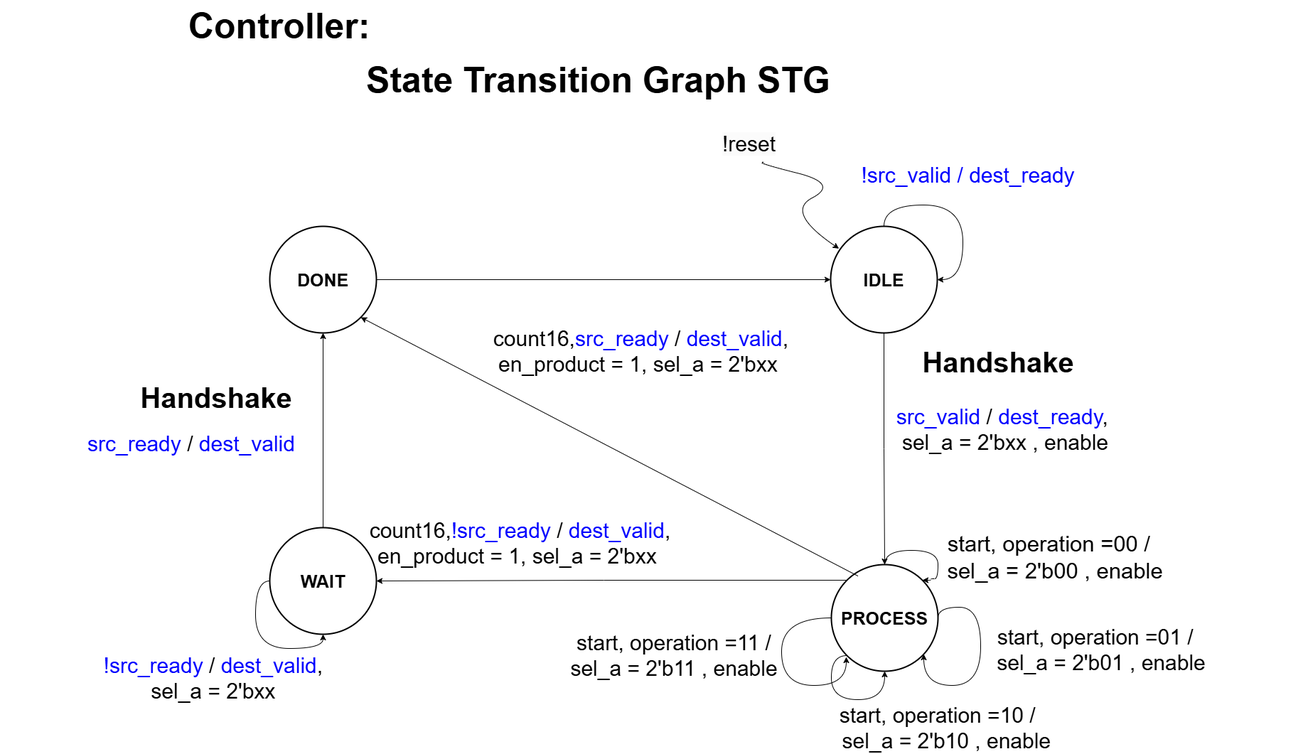
medsuet/Xcelerium-IC-Design-Training keeps this draw.io diagram as Nasir/src/valid_ready_interface_seq_multiplier/docs/Controller_val_ready.png. Above is the earlier version. Source tidied: cells renumbered, new cells last; positions are measured from the earlier drawing's top-left corner, leaving out a move shared by most shapes.
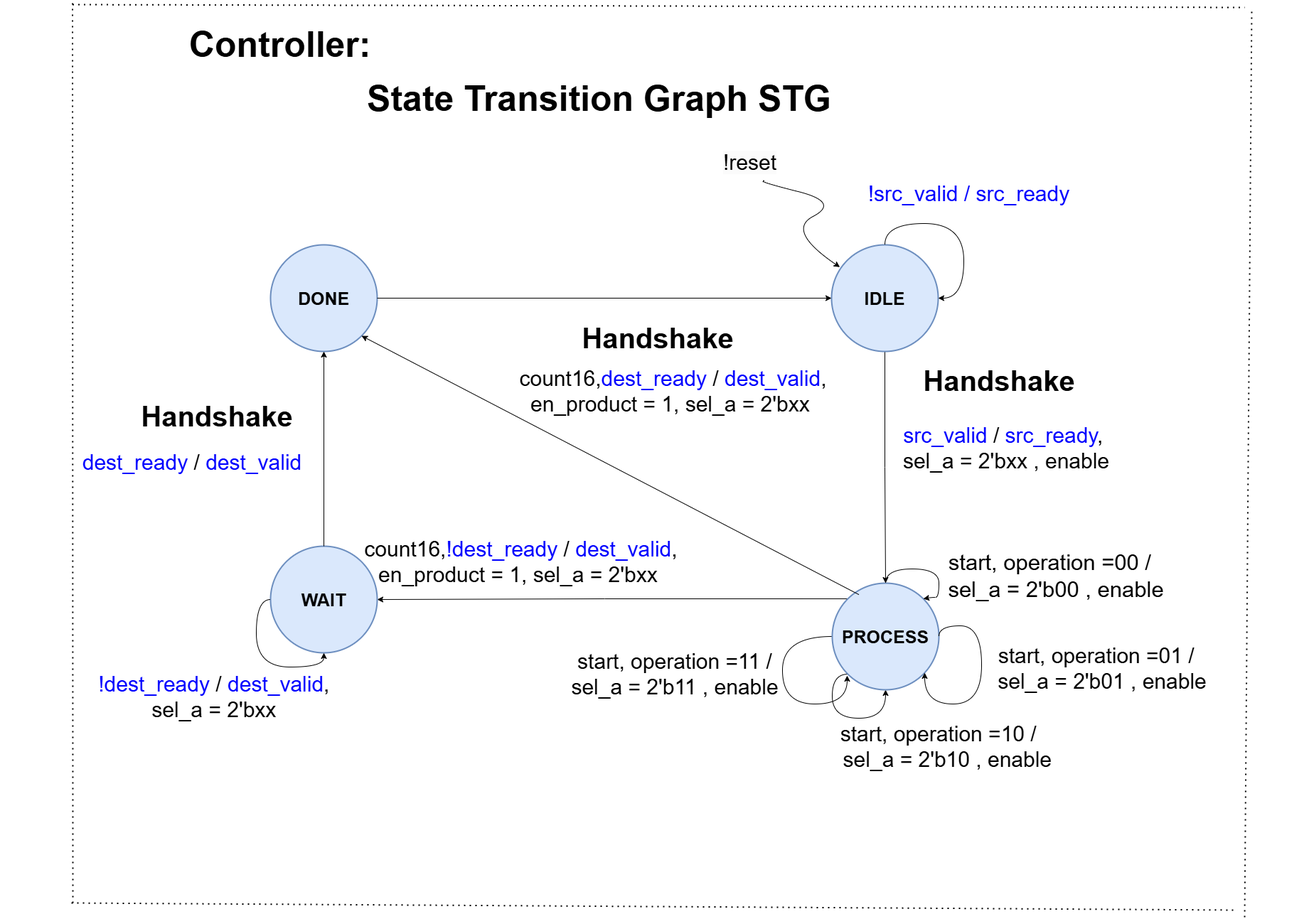
The same file after the commit.

Diff of the diagram source:
```diff
@@ -8,7 +8,7 @@
     <mxCell id="3" style="edgeStyle=orthogonalEdgeStyle;rounded=0;jettySize=auto;html=1;exitX=0.5;exitY=1;exitDx=0;exitDy=0;entryX=0.5;entryY=0;entryDx=0;entryDy=0;" parent="1" edge="1" source="4" target="8">
       <mxGeometry relative="1" as="geometry" />
     </mxCell>
-    <mxCell id="4" value="&lt;b style=&quot;font-size: 25px;&quot;&gt;IDLE&lt;/b&gt;" style="ellipse;whiteSpace=wrap;html=1;strokeWidth=2;" parent="1" vertex="1">
+    <mxCell id="4" value="&lt;b style=&quot;font-size: 25px;&quot;&gt;IDLE&lt;/b&gt;" style="ellipse;whiteSpace=wrap;html=1;strokeWidth=2;fillColor=#dae8fc;strokeColor=#6c8ebf;" parent="1" vertex="1">
       <mxGeometry x="1169" y="318" width="150" height="150" as="geometry" />
     </mxCell>
     <mxCell id="5" style="edgeStyle=orthogonalEdgeStyle;rounded=0;orthogonalLoop=1;jettySize=auto;html=1;exitX=0;exitY=1;exitDx=0;exitDy=0;curved=1;entryX=0.5;entryY=1;entryDx=0;entryDy=0;" parent="1" edge="1" source="8" target="8">
@@ -33,7 +33,7 @@
     <mxCell id="7" style="edgeStyle=orthogonalEdgeStyle;rounded=0;jettySize=auto;html=1;exitX=0;exitY=0;exitDx=0;exitDy=0;entryX=1;entryY=0.5;entryDx=0;entryDy=0;" parent="1" edge="1" source="8" target="20">
       <mxGeometry relative="1" as="geometry" />
     </mxCell>
-    <mxCell id="8" value="&lt;b style=&quot;font-size: 25px;&quot;&gt;PROCESS&lt;/b&gt;" style="ellipse;whiteSpace=wrap;html=1;strokeWidth=2;" parent="1" vertex="1">
+    <mxCell id="8" value="&lt;b style=&quot;font-size: 25px;&quot;&gt;PROCESS&lt;/b&gt;" style="ellipse;whiteSpace=wrap;html=1;strokeWidth=2;fillColor=#dae8fc;strokeColor=#6c8ebf;" parent="1" vertex="1">
       <mxGeometry x="1170" y="794" width="150" height="150" as="geometry" />
     </mxCell>
     <mxCell id="9" style="curved=1;endArrow=classic;html=1;rounded=0;entryX=0.078;entryY=0.209;entryDx=0;entryDy=0;entryPerimeter=0;" parent="1" edge="1" target="4">
@@ -46,10 +46,10 @@
         </Array>
       </mxGeometry>
     </mxCell>
-    <mxCell id="10" value="&lt;font style=&quot;font-size: 30px;&quot;&gt;&lt;font color=&quot;#0000ff&quot;&gt;!src_valid / dest_ready&lt;/font&gt;&lt;/font&gt;" style="text;html=1;align=center;verticalAlign=middle;whiteSpace=wrap;rounded=0;" parent="1" vertex="1">
+    <mxCell id="10" value="&lt;font style=&quot;font-size: 30px;&quot;&gt;&lt;font color=&quot;#0000ff&quot;&gt;!src_valid / src_ready&lt;/font&gt;&lt;/font&gt;" style="text;html=1;align=center;verticalAlign=middle;whiteSpace=wrap;rounded=0;" parent="1" vertex="1">
       <mxGeometry x="1205" y="214" width="315" height="64" as="geometry" />
     </mxCell>
-    <mxCell id="11" value="&lt;font style=&quot;font-size: 30px;&quot;&gt;&lt;font color=&quot;#0000ff&quot;&gt;src_valid&lt;/font&gt; / &lt;font color=&quot;#0000ff&quot;&gt;dest_ready&lt;/font&gt;,&amp;nbsp;&lt;/font&gt;&lt;div&gt;&lt;font style=&quot;font-size: 30px;&quot;&gt;sel_a = 2'bxx , enable&lt;/font&gt;&lt;/div&gt;" style="text;html=1;align=center;verticalAlign=middle;whiteSpace=wrap;rounded=0;" parent="1" vertex="1">
+    <mxCell id="11" value="&lt;font style=&quot;font-size: 30px;&quot;&gt;&lt;font color=&quot;#0000ff&quot;&gt;src_valid&lt;/font&gt; / &lt;font color=&quot;#0000ff&quot;&gt;src_ready&lt;/font&gt;,&amp;nbsp;&lt;/font&gt;&lt;div&gt;&lt;font style=&quot;font-size: 30px;&quot;&gt;sel_a = 2'bxx , enable&lt;/font&gt;&lt;/div&gt;" style="text;html=1;align=center;verticalAlign=middle;whiteSpace=wrap;rounded=0;" parent="1" vertex="1">
       <mxGeometry x="1110" y="574" width="610" height="60" as="geometry" />
     </mxCell>
     <mxCell id="12" style="edgeStyle=orthogonalEdgeStyle;rounded=0;orthogonalLoop=1;jettySize=auto;html=1;exitX=1;exitY=0.5;exitDx=0;exitDy=0;curved=1;" parent="1" edge="1" source="8" target="8">
@@ -85,22 +85,22 @@
     <mxCell id="17" value="&lt;font style=&quot;font-size: 31px;&quot;&gt;start, operation =00 / &amp;nbsp;&lt;/font&gt;&lt;div&gt;&lt;font style=&quot;font-size: 31px;&quot;&gt;sel_a = 2'b00 , enable&lt;/font&gt;&lt;/div&gt;" style="text;html=1;align=center;verticalAlign=middle;whiteSpace=wrap;rounded=0;" parent="1" vertex="1">
       <mxGeometry x="1180" y="754" width="610" height="60" as="geometry" />
     </mxCell>
-    <mxCell id="18" value="&lt;font style=&quot;font-size: 30px;&quot;&gt;count16,&lt;font color=&quot;#0000ff&quot;&gt;!src_ready&lt;/font&gt; /&amp;nbsp;&lt;font color=&quot;#0000ff&quot;&gt;dest_valid&lt;/font&gt;,&lt;/font&gt;&lt;div&gt;&lt;span style=&quot;font-size: 30px;&quot;&gt;en_product = 1,&amp;nbsp;&lt;/span&gt;&lt;span style=&quot;font-size: 30px; background-color: initial;&quot;&gt;sel_a = 2'bxx&amp;nbsp;&lt;/span&gt;&lt;/div&gt;" style="text;html=1;align=center;verticalAlign=middle;whiteSpace=wrap;rounded=0;" parent="1" vertex="1">
+    <mxCell id="18" value="&lt;font style=&quot;font-size: 30px;&quot;&gt;count16,&lt;font color=&quot;#0000ff&quot;&gt;!dest_ready&lt;/font&gt; /&amp;nbsp;&lt;font color=&quot;#0000ff&quot;&gt;dest_valid&lt;/font&gt;,&lt;/font&gt;&lt;div&gt;&lt;span style=&quot;font-size: 30px;&quot;&gt;en_product = 1,&amp;nbsp;&lt;/span&gt;&lt;span style=&quot;font-size: 30px; background-color: initial;&quot;&gt;sel_a = 2'bxx&amp;nbsp;&lt;/span&gt;&lt;/div&gt;" style="text;html=1;align=center;verticalAlign=middle;whiteSpace=wrap;rounded=0;" parent="1" vertex="1">
       <mxGeometry x="510" y="734" width="445" height="60" as="geometry" />
     </mxCell>
     <mxCell id="19" value="&lt;font style=&quot;font-size: 40px;&quot;&gt;&lt;b&gt;Handshake&lt;/b&gt;&lt;/font&gt;" style="text;html=1;align=center;verticalAlign=middle;whiteSpace=wrap;rounded=0;" parent="1" vertex="1">
       <mxGeometry x="1250" y="474" width="310" height="70" as="geometry" />
     </mxCell>
-    <mxCell id="20" value="&lt;b style=&quot;font-size: 25px;&quot;&gt;WAIT&lt;/b&gt;" style="ellipse;whiteSpace=wrap;html=1;strokeWidth=2;" parent="1" vertex="1">
+    <mxCell id="20" value="&lt;b style=&quot;font-size: 25px;&quot;&gt;WAIT&lt;/b&gt;" style="ellipse;whiteSpace=wrap;html=1;strokeWidth=2;fillColor=#dae8fc;strokeColor=#6c8ebf;" parent="1" vertex="1">
       <mxGeometry x="380" y="742" width="150" height="150" as="geometry" />
     </mxCell>
-    <mxCell id="21" value="&lt;font style=&quot;font-size: 30px;&quot;&gt;&lt;font color=&quot;#0000ff&quot;&gt;!src_ready&lt;/font&gt; /&amp;nbsp;&lt;font color=&quot;#0000ff&quot;&gt;dest_valid&lt;/font&gt;,&amp;nbsp;&lt;/font&gt;&lt;div&gt;&lt;font style=&quot;font-size: 30px;&quot;&gt;sel_a = 2'bxx&amp;nbsp;&lt;/font&gt;&lt;/div&gt;" style="text;html=1;align=center;verticalAlign=middle;whiteSpace=wrap;rounded=0;" parent="1" vertex="1">
+    <mxCell id="21" value="&lt;font style=&quot;font-size: 30px;&quot;&gt;&lt;font color=&quot;#0000ff&quot;&gt;!dest_ready&lt;/font&gt; /&amp;nbsp;&lt;font color=&quot;#0000ff&quot;&gt;dest_valid&lt;/font&gt;,&amp;nbsp;&lt;/font&gt;&lt;div&gt;&lt;font style=&quot;font-size: 30px;&quot;&gt;sel_a = 2'bxx&amp;nbsp;&lt;/font&gt;&lt;/div&gt;" style="text;html=1;align=center;verticalAlign=middle;whiteSpace=wrap;rounded=0;" parent="1" vertex="1">
       <mxGeometry x="70" y="924" width="470" height="60" as="geometry" />
     </mxCell>
     <mxCell id="22" style="edgeStyle=orthogonalEdgeStyle;rounded=0;orthogonalLoop=1;jettySize=auto;html=1;exitX=0;exitY=0.5;exitDx=0;exitDy=0;entryX=0.5;entryY=1;entryDx=0;entryDy=0;curved=1;" parent="1" edge="1" source="20" target="20">
       <mxGeometry relative="1" as="geometry" />
     </mxCell>
-    <mxCell id="23" value="&lt;b style=&quot;font-size: 25px;&quot;&gt;DONE&lt;/b&gt;" style="ellipse;whiteSpace=wrap;html=1;strokeWidth=2;" parent="1" vertex="1">
+    <mxCell id="23" value="&lt;b style=&quot;font-size: 25px;&quot;&gt;DONE&lt;/b&gt;" style="ellipse;whiteSpace=wrap;html=1;strokeWidth=2;fillColor=#dae8fc;strokeColor=#6c8ebf;" parent="1" vertex="1">
       <mxGeometry x="380" y="318" width="150" height="150" as="geometry" />
     </mxCell>
     <mxCell id="24" style="edgeStyle=none;jettySize=auto;html=1;rounded=0;exitX=0.5;exitY=0;exitDx=0;exitDy=0;entryX=0.5;entryY=1;entryDx=0;entryDy=0;" parent="1" edge="1" source="20" target="23">
@@ -109,7 +109,7 @@
     <mxCell id="25" style="edgeStyle=none;jettySize=auto;html=1;rounded=0;exitX=1;exitY=0.5;exitDx=0;exitDy=0;curved=1;" parent="1" edge="1" source="23" target="4">
       <mxGeometry relative="1" as="geometry" />
     </mxCell>
-    <mxCell id="26" value="&lt;font style=&quot;font-size: 30px;&quot;&gt;&lt;font color=&quot;#0000ff&quot;&gt;src_ready&amp;nbsp;&lt;/font&gt;/ &lt;font color=&quot;#0000ff&quot;&gt;dest_valid&lt;/font&gt;&lt;/font&gt;" style="text;html=1;align=center;verticalAlign=middle;whiteSpace=wrap;rounded=0;" parent="1" vertex="1">
+    <mxCell id="26" value="&lt;font style=&quot;font-size: 30px;&quot;&gt;&lt;font color=&quot;#0000ff&quot;&gt;dest_ready&amp;nbsp;&lt;/font&gt;/ &lt;font color=&quot;#0000ff&quot;&gt;dest_valid&lt;/font&gt;&lt;/font&gt;" style="text;html=1;align=center;verticalAlign=middle;whiteSpace=wrap;rounded=0;" parent="1" vertex="1">
       <mxGeometry y="594" width="540" height="60" as="geometry" />
     </mxCell>
     <mxCell id="27" value="&lt;font style=&quot;font-size: 40px;&quot;&gt;&lt;b&gt;Handshake&lt;/b&gt;&lt;/font&gt;" style="text;html=1;align=center;verticalAlign=middle;whiteSpace=wrap;rounded=0;" parent="1" vertex="1">
@@ -130,8 +130,35 @@
     <mxCell id="30" style="edgeStyle=none;jettySize=auto;html=1;rounded=0;exitX=0.045;exitY=0.935;exitDx=0;exitDy=0;entryX=1;entryY=1;entryDx=0;entryDy=0;exitPerimeter=0;" parent="1" edge="1" source="17" target="23">
       <mxGeometry relative="1" as="geometry" />
     </mxCell>
-    <mxCell id="31" value="&lt;font style=&quot;font-size: 30px;&quot;&gt;count16,&lt;font color=&quot;#0000ff&quot;&gt;src_ready&lt;/font&gt; /&amp;nbsp;&lt;font color=&quot;#0000ff&quot;&gt;dest_valid&lt;/font&gt;,&lt;/font&gt;&lt;div&gt;&lt;span style=&quot;font-size: 30px;&quot;&gt;en_product = 1,&amp;nbsp;&lt;/span&gt;&lt;span style=&quot;font-size: 30px; background-color: initial;&quot;&gt;sel_a = 2'bxx&amp;nbsp;&lt;/span&gt;&lt;/div&gt;" style="text;html=1;align=center;verticalAlign=middle;whiteSpace=wrap;rounded=0;" parent="1" vertex="1">
-      <mxGeometry x="680" y="464" width="445" height="60" as="geometry" />
+    <mxCell id="31" value="&lt;font style=&quot;font-size: 30px;&quot;&gt;count16,&lt;font color=&quot;#0000ff&quot;&gt;dest_ready&lt;/font&gt; /&amp;nbsp;&lt;font color=&quot;#0000ff&quot;&gt;dest_valid&lt;/font&gt;,&lt;/font&gt;&lt;div&gt;&lt;span style=&quot;font-size: 30px;&quot;&gt;en_product = 1,&amp;nbsp;&lt;/span&gt;&lt;span style=&quot;font-size: 30px; background-color: initial;&quot;&gt;sel_a = 2'bxx&amp;nbsp;&lt;/span&gt;&lt;/div&gt;" style="text;html=1;align=center;verticalAlign=middle;whiteSpace=wrap;rounded=0;" parent="1" vertex="1">
+      <mxGeometry x="724" y="494" width="445" height="60" as="geometry" />
     </mxCell>
+    <mxCell id="32" value="&lt;font style=&quot;font-size: 40px;&quot;&gt;&lt;b&gt;Handshake&lt;/b&gt;&lt;/font&gt;" style="text;html=1;align=center;verticalAlign=middle;whiteSpace=wrap;rounded=0;" parent="1" vertex="1">
+      <mxGeometry x="770" y="414" width="310" height="70" as="geometry" />
+    </mxCell>
+    <mxCell id="33" style="endArrow=none;dashed=1;html=1;dashPattern=1 3;strokeWidth=2;rounded=0;" parent="1" edge="1">
+      <mxGeometry relative="1" as="geometry">
+        <mxPoint x="102" y="1244" as="sourcePoint" />
+        <mxPoint x="101.5" y="-26" as="targetPoint" />
+      </mxGeometry>
+    </mxCell>
+    <mxCell id="34" style="endArrow=none;dashed=1;html=1;dashPattern=1 3;strokeWidth=2;rounded=0;" parent="1" edge="1">
+      <mxGeometry relative="1" as="geometry">
+        <mxPoint x="1750" y="1264" as="sourcePoint" />
+        <mxPoint x="1760" y="-16" as="targetPoint" />
+      </mxGeometry>
+    </mxCell>
+    <mxCell id="35" style="endArrow=none;dashed=1;html=1;dashPattern=1 3;strokeWidth=2;rounded=0;" parent="1" edge="1">
+      <mxGeometry relative="1" as="geometry">
+        <mxPoint x="101.5" y="-20" as="sourcePoint" />
+        <mxPoint x="1750" y="-16" as="targetPoint" />
+      </mxGeometry>
+    </mxCell>
+    <mxCell id="36" style="endArrow=none;dashed=1;html=1;dashPattern=1 3;strokeWidth=2;rounded=0;" parent="1" edge="1">
+      <mxGeometry relative="1" as="geometry">
+        <mxPoint x="100" y="1244" as="sourcePoint" />
+        <mxPoint x="1740" y="1254" as="targetPoint" />
+      </mxGeometry>
+    </mxCell>
   </root>
 </mxGraphModel>
```
